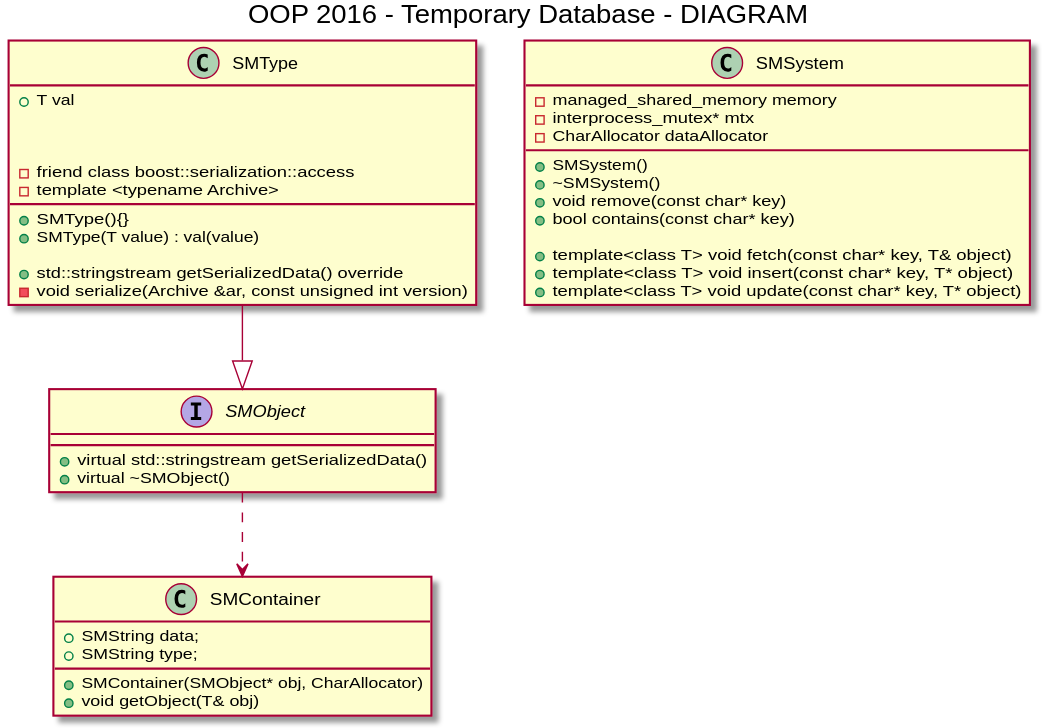
Before: UML/uml.svg, a diagram exported from PlantUML (lcieply/DateBase_SM). Its source is kept beside it as UML/uml.puml.
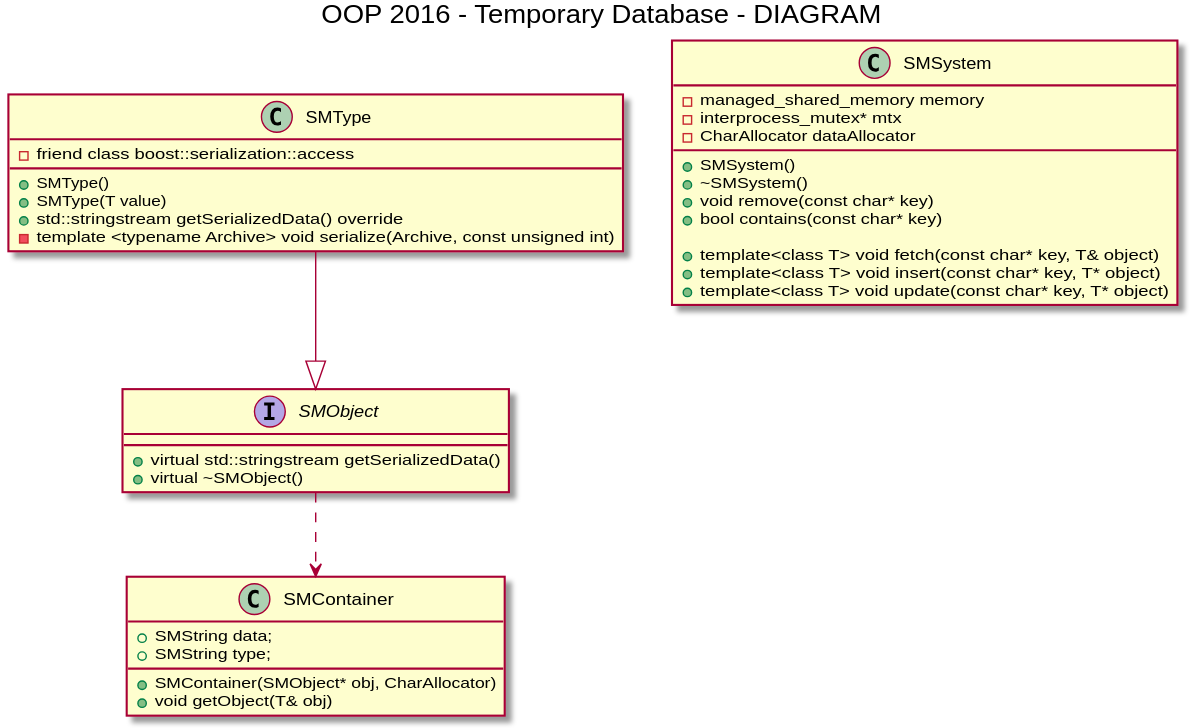
After the commit.

Commit message:
poprwa uml

Change to the diagram source:
```diff
@@ -12,7 +12,7 @@
         +SMContainer(SMObject* obj, CharAllocator)
         +void getObject(T& obj)
 
-    }
+}
 
 class SMSystem {
        -managed_shared_memory memory
@@ -30,19 +30,14 @@
 }
 class SMType{
 
-        +T val
+        +SMType()
+        +SMType(T value)
+        +std::stringstream getSerializedData() override
+        -friend class boost::serialization::access
+	-template <typename Archive> void serialize(Archive, const unsigned int)
 
-        +SMType(){}
-        +SMType(T value) : val(value)
-
-        +std::stringstream getSerializedData() override
-
-        -friend class boost::serialization::access
-        -template <typename Archive>
-        -void serialize(Archive &ar, const unsigned int version)
-
-    }
- SMType  --|> SMObject
+}
+SMType  --|> SMObject
 SMObject ..>  SMContainer
 
 
```
